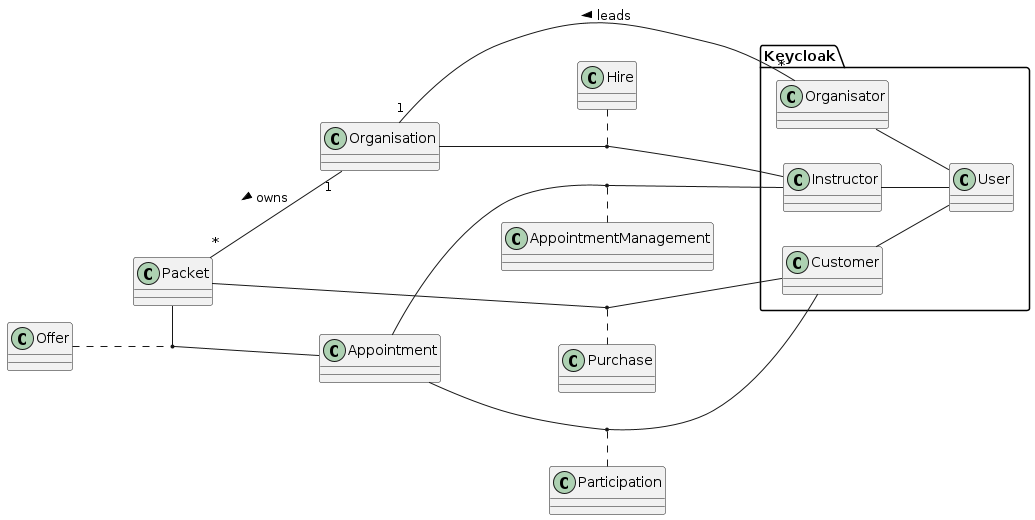
Above: slides/images/svg.png in 2324-4bhif-syp/2324-4bhif-syp-project-kurstermine (PlantUML), before the change.
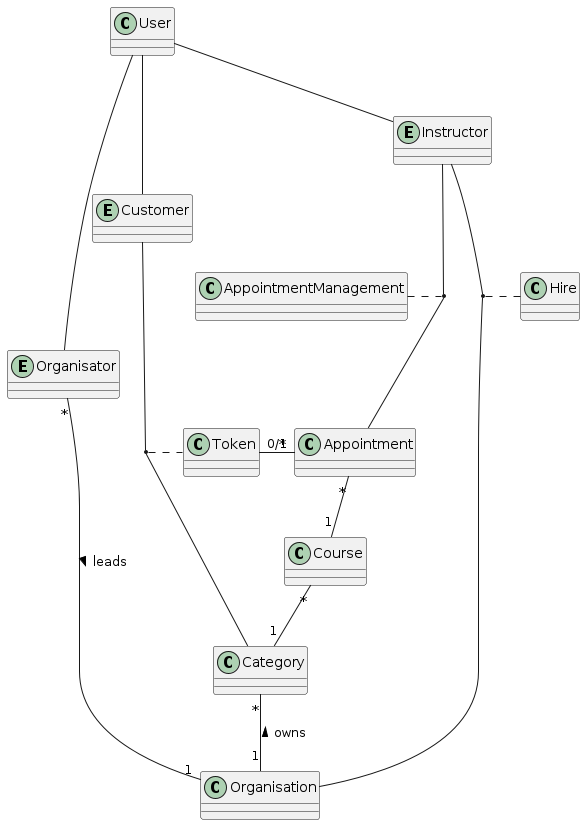
The same file after the commit.

Change to the diagram source:
```diff
@@ -1,30 +1,39 @@
 @startuml
-left to right direction
 
-package Keycloak {
-    class User {
-    }
-
-    class Customer {
-    }
-
-    class Organisator {
-    }
-
-    class Instructor {
-    }
+class Category {
 }
 
-Packet -left- Appointment
-Packet "*"--"1" Organisation: < owns
-Organisation "1"--"*" Organisator: < leads
-Hire .. (Organisation, Instructor)
-Instructor -- User
-Customer -- User
-Organisator -- User
-Offer .. (Packet, Appointment)
-(Appointment, Instructor) .. AppointmentManagement
-(Appointment, Customer) .. Participation
-(Packet, Customer) .. Purchase
+class Token {
+}
+
+class Course {
+}
+
+class Appointment {
+}
+
+class User {
+}
+
+entity Customer {
+}
+
+entity Organisator {
+}
+
+entity Instructor {
+}
+
+Appointment "*"--"1" Course
+Course "*"--"1" Category
+(Customer, Category) .. Token
+Token "0/1"-right-"*" Appointment
+Category "*"--"1" Organisation: < owns
+Organisator "*"-right-"1" Organisation: > leads
+(Instructor, Organisation) .. Hire
+AppointmentManagement .. (Instructor, Appointment)
+User -- Instructor
+User -- Customer
+User -- Organisator
 
 @enduml
```
